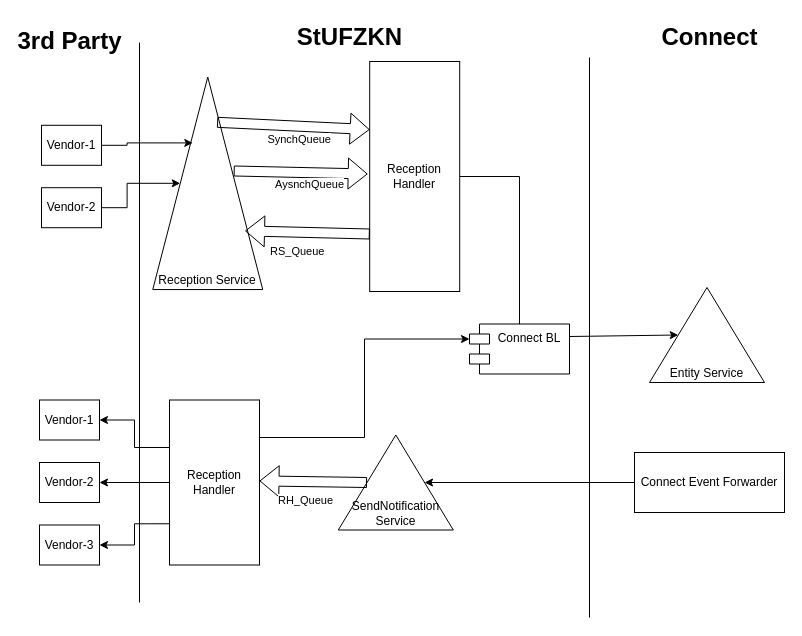
surajpunugade/surajgithubsite keeps this draw.io diagram as Untitled Diagram.drawio. Above is the earlier version. Source tidied: cells renumbered, new cells numbered last; positions are measured from the earlier drawing's top-left corner, leaving out a move shared by most shapes. Both pictures are drawn from the tidied source at 100%, with x=0, y=0 at pixel (19, 17).
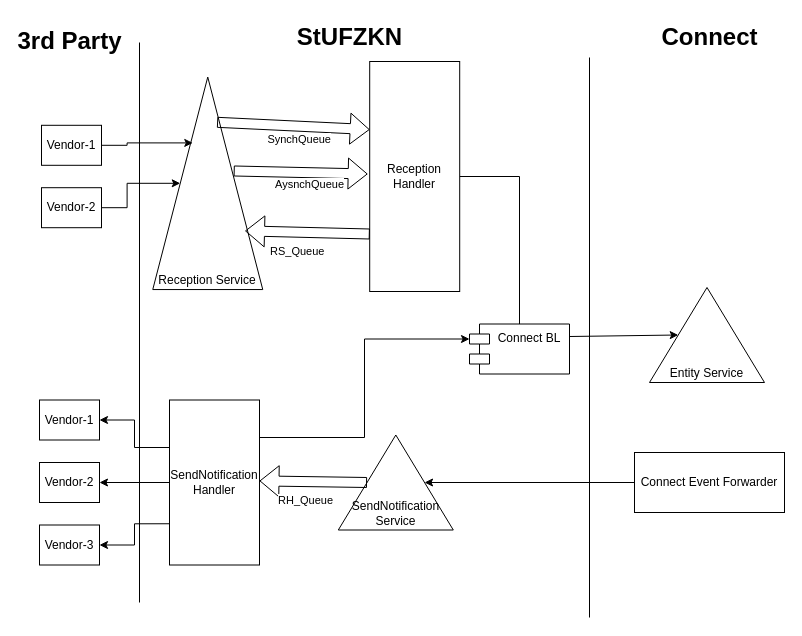
After the change.

The edit, as a diff of the source:
```diff
@@
-    <mxCell id="9" value="Reception Handler" style="rounded=0;whiteSpace=wrap;html=1;align=center;verticalAlign=middle;" parent="1" vertex="1">
+    <mxCell id="9" value="SendNotification Handler" style="rounded=0;whiteSpace=wrap;html=1;align=center;verticalAlign=middle;" parent="1" vertex="1">
       <mxGeometry x="150" y="382.5" width="90" height="165" as="geometry" />
     </mxCell>
```
